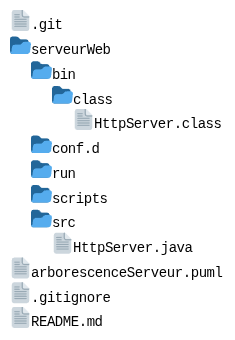
The PlantUML diagram arborescenceServeur.png in Le-Madec-Jean/ServerWeb_GALLOIS_LE_MADEC, before a commit. Its source is kept beside it as arborescenceServeur.puml. The source it was exported from:
```plantuml
@startfiles
/.git
/serveurWeb/bin/class/HttpServer.class
/serveurWeb/conf.d/
/serveurWeb/run/
/serveurWeb/scripts/
/serveurWeb/src/HttpServer.java
/arborescenceServeur.puml
/.gitignore
/README.md
@endfiles
```
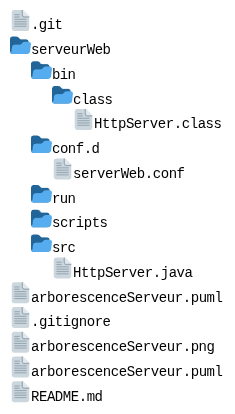
The same diagram one commit later.

Change to the diagram source:
```diff
@@ -1,11 +1,13 @@
 @startfiles
 /.git
 /serveurWeb/bin/class/HttpServer.class
-/serveurWeb/conf.d/
+/serveurWeb/conf.d/serverWeb.conf
 /serveurWeb/run/
 /serveurWeb/scripts/
 /serveurWeb/src/HttpServer.java
 /arborescenceServeur.puml
 /.gitignore
+/arborescenceServeur.png
+/arborescenceServeur.puml
 /README.md
 @endfiles
```
